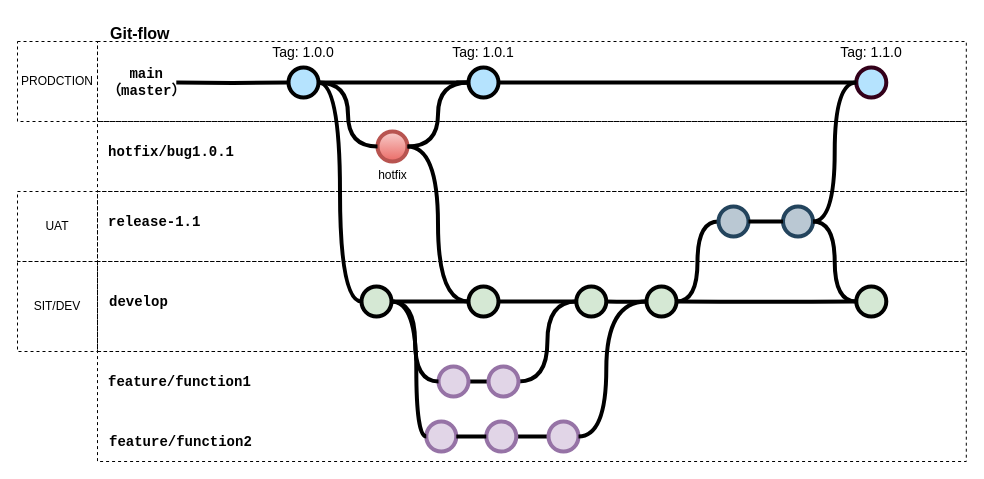
Earlier version of the draw.io diagram gitFlowProcess.drawio (ssider/draw). Source tidied: cells renumbered, new cells numbered last; positions are measured from the earlier drawing's top-left corner, leaving out a move shared by most shapes. Both pictures are drawn from the tidied source at 100%, with x=0, y=0 at pixel (17, 17).
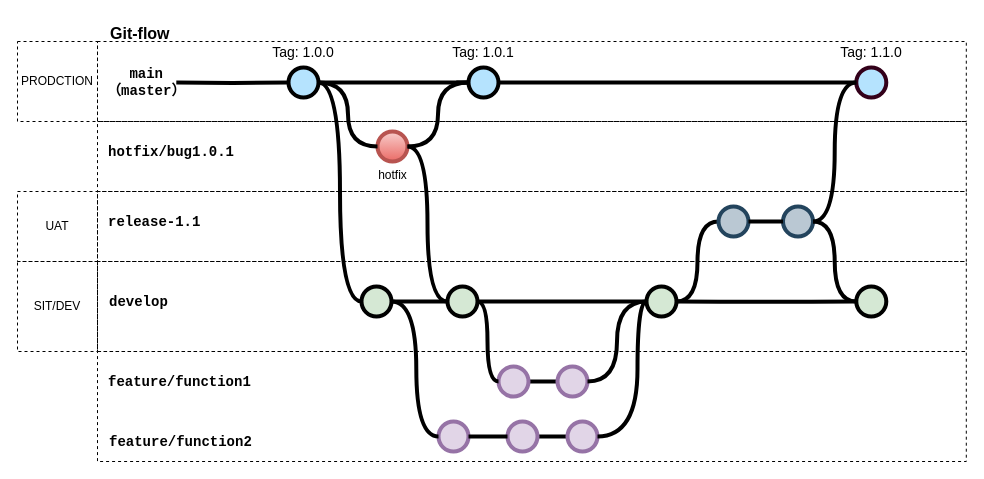
After the change.

The change refers to these unchanged cells:
```xml
<mxCell id="13" style="verticalLabelPosition=bottom;verticalAlign=top;html=1;strokeWidth=4;shape=mxgraph.flowchart.on-page_reference;plain-purple;gradientColor=none;strokeColor=#000000;fillColor=#D5E8D4;" parent="1" vertex="1">
  <mxGeometry x="344" y="269" width="30" height="30" as="geometry" />
</mxCell>
<mxCell id="28" style="verticalLabelPosition=bottom;verticalAlign=top;html=1;strokeWidth=4;shape=mxgraph.flowchart.on-page_reference;plain-purple;gradientColor=none;strokeColor=#000000;fillColor=#D5E8D4;" parent="1" vertex="1">
  <mxGeometry x="629" y="269" width="30" height="30" as="geometry" />
</mxCell>
```

Diff of the diagram source:
```diff
@@
-    <mxCell id="14" style="edgeStyle=orthogonalEdgeStyle;curved=1;rounded=0;html=1;exitX=1;exitY=0.5;exitPerimeter=0;entryX=0;entryY=0.5;entryPerimeter=0;endArrow=none;endFill=0;jettySize=auto;strokeWidth=4;fontSize=15;" parent="1" edge="1" source="15" target="16">
+    <mxCell id="14" style="edgeStyle=orthogonalEdgeStyle;curved=1;rounded=0;html=1;exitX=1;exitY=0.5;exitPerimeter=0;entryX=0;entryY=0.5;entryPerimeter=0;endArrow=none;endFill=0;jettySize=auto;strokeWidth=4;fontSize=15;entryDx=0;entryDy=0;" parent="1" edge="1" source="15" target="28">
       <mxGeometry relative="1" as="geometry" />
     </mxCell>
     <mxCell id="15" style="verticalLabelPosition=bottom;verticalAlign=top;html=1;strokeWidth=4;shape=mxgraph.flowchart.on-page_reference;plain-purple;gradientColor=none;strokeColor=#000000;fillColor=#D5E8D4;" parent="1" vertex="1">
-      <mxGeometry x="451" y="269" width="30" height="30" as="geometry" />
+      <mxGeometry x="430" y="269" width="30" height="30" as="geometry" />
     </mxCell>
-    <mxCell id="16" style="verticalLabelPosition=bottom;verticalAlign=top;html=1;strokeWidth=4;shape=mxgraph.flowchart.on-page_reference;plain-purple;gradientColor=none;strokeColor=#000000;fillColor=#D5E8D4;" parent="1" vertex="1">
-      <mxGeometry x="558.8" y="269" width="30" height="30" as="geometry" />
-    </mxCell>
@@
-    <mxCell id="19" style="edgeStyle=orthogonalEdgeStyle;curved=1;rounded=0;jettySize=auto;html=1;endArrow=none;endFill=0;strokeWidth=4;entryX=0;entryY=0.5;entryDx=0;entryDy=0;entryPerimeter=0;" parent="1" edge="1" source="20" target="16">
-      <mxGeometry relative="1" as="geometry" />
-    </mxCell>
     <mxCell id="20" style="verticalLabelPosition=bottom;verticalAlign=top;html=1;strokeWidth=4;shape=mxgraph.flowchart.on-page_reference;strokeColor=#9673a6;fillColor=#e1d5e7;" parent="1" vertex="1">
-      <mxGeometry x="471" y="349" width="30" height="30" as="geometry" />
+      <mxGeometry x="540" y="349" width="30" height="30" as="geometry" />
     </mxCell>
@@
     <mxCell id="23" style="verticalLabelPosition=bottom;verticalAlign=top;html=1;strokeWidth=4;shape=mxgraph.flowchart.on-page_reference;strokeColor=#9673a6;fillColor=#e1d5e7;" parent="1" vertex="1">
-      <mxGeometry x="408.8" y="404" width="30" height="30" as="geometry" />
+      <mxGeometry x="421" y="404" width="30" height="30" as="geometry" />
     </mxCell>
     <mxCell id="24" style="verticalLabelPosition=bottom;verticalAlign=top;html=1;strokeWidth=4;shape=mxgraph.flowchart.on-page_reference;strokeColor=#9673a6;fillColor=#e1d5e7;" parent="1" vertex="1">
-      <mxGeometry x="531" y="404" width="30" height="30" as="geometry" />
+      <mxGeometry x="550" y="404" width="30" height="30" as="geometry" />
     </mxCell>
@@
     <mxCell id="34" style="verticalLabelPosition=bottom;verticalAlign=top;html=1;strokeWidth=4;shape=mxgraph.flowchart.on-page_reference;strokeColor=#9673a6;fillColor=#e1d5e7;" parent="1" vertex="1">
-      <mxGeometry x="421" y="349" width="30" height="30" as="geometry" />
+      <mxGeometry x="481" y="349" width="30" height="30" as="geometry" />
     </mxCell>
@@
-    <mxCell id="45" style="edgeStyle=orthogonalEdgeStyle;curved=1;rounded=0;html=1;exitX=1;exitY=0.5;exitPerimeter=0;entryX=0;entryY=0.5;entryPerimeter=0;endArrow=none;endFill=0;jettySize=auto;strokeWidth=4;fontSize=15;exitDx=0;exitDy=0;entryDx=0;entryDy=0;" parent="1" edge="1" source="13" target="34">
-      <mxGeometry relative="1" as="geometry" />
+    <mxCell id="45" style="edgeStyle=orthogonalEdgeStyle;curved=1;rounded=0;html=1;entryX=0;entryY=0.5;entryPerimeter=0;endArrow=none;endFill=0;jettySize=auto;strokeWidth=4;fontSize=15;entryDx=0;entryDy=0;exitX=1;exitY=0.5;exitDx=0;exitDy=0;exitPerimeter=0;" parent="1" edge="1" source="15" target="34">
+      <mxGeometry relative="1" as="geometry">
+        <Array as="points">
+          <mxPoint x="470" y="284" />
+          <mxPoint x="470" y="364" />
+        </Array>
+      </mxGeometry>
     </mxCell>
@@
-    <mxCell id="47" style="edgeStyle=orthogonalEdgeStyle;curved=1;rounded=0;html=1;endArrow=none;endFill=0;jettySize=auto;strokeWidth=4;fontSize=15;" parent="1" edge="1" target="28">
-      <mxGeometry relative="1" as="geometry">
-        <mxPoint x="588.8" y="284" as="sourcePoint" />
-      </mxGeometry>
-    </mxCell>
     <mxCell id="48" style="edgeStyle=orthogonalEdgeStyle;curved=1;rounded=0;jettySize=auto;html=1;entryX=0;entryY=0.5;entryDx=0;entryDy=0;entryPerimeter=0;endArrow=none;endFill=0;strokeWidth=4;fontFamily=Courier New;fontColor=#009900;exitX=1;exitY=0.5;exitDx=0;exitDy=0;exitPerimeter=0;" parent="1" edge="1" source="24" target="28">
       <mxGeometry relative="1" as="geometry">
         <Array as="points">
-          <mxPoint x="588.8" y="419" />
-          <mxPoint x="588.8" y="284" />
+          <mxPoint x="620" y="419" />
+          <mxPoint x="620" y="284" />
         </Array>
       </mxGeometry>
     </mxCell>
     <mxCell id="49" style="verticalLabelPosition=bottom;verticalAlign=top;html=1;strokeWidth=4;shape=mxgraph.flowchart.on-page_reference;strokeColor=#9673a6;fillColor=#e1d5e7;" parent="1" vertex="1">
-      <mxGeometry x="468.8" y="404" width="30" height="30" as="geometry" />
+      <mxGeometry x="490" y="404" width="30" height="30" as="geometry" />
     </mxCell>
@@
+    <mxCell id="59" style="edgeStyle=orthogonalEdgeStyle;curved=1;rounded=0;jettySize=auto;html=1;endArrow=none;endFill=0;strokeWidth=4;fontFamily=Courier New;fontColor=#009900;entryX=0;entryY=0.5;entryDx=0;entryDy=0;entryPerimeter=0;exitX=1;exitY=0.5;exitDx=0;exitDy=0;exitPerimeter=0;" parent="1" edge="1" source="20" target="28">
+      <mxGeometry relative="1" as="geometry" />
+    </mxCell>
```
